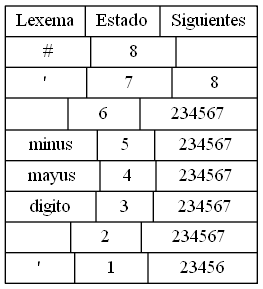
The Graphviz diagram SIGUIENTES_201700733/ListaSig0.png in ByLy23/Regexitive-AFD-converter, before a commit. Its source is kept beside it as Dot/ListaSig0.dot.
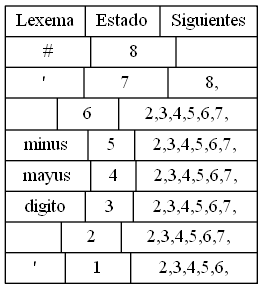
After the commit.

What changed in the source:
```diff
@@ -1,6 +1,6 @@
 digraph ListaSiguientes{
 rankdir=LR
-node[shape= record];
-cabeza[label="{Lexema | Estado | Siguientes}| {# |8|{}}| {\' |7|{8}}| {\n |6|{234567}}| {minus |5|{234567}}| {mayus |4|{234567}}| {digito |3|{234567}}| {  |2|{234567}}| {\' |1|{23456}}"];
+node[shape= record width=1 height=1];
+cabeza[label="{Lexema | Estado | Siguientes}| {# |8|{}}| {\' |7|{8,}}| {\n |6|{2,3,4,5,6,7,}}| {minus |5|{2,3,4,5,6,7,}}| {mayus |4|{2,3,4,5,6,7,}}| {digito |3|{2,3,4,5,6,7,}}| {  |2|{2,3,4,5,6,7,}}| {\' |1|{2,3,4,5,6,}}"];
 
 }
```
